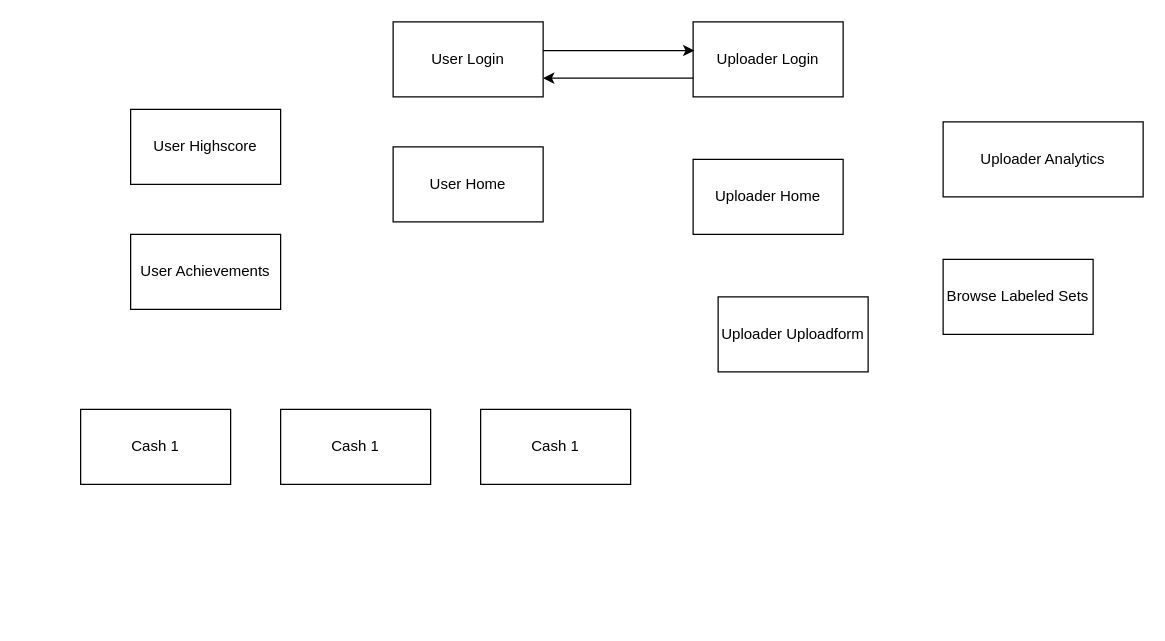
Above: flowchart.drawio in loychris/image-labeler-app (draw.io), before the change. Source tidied: cells renumbered, new cells numbered last; positions are measured from the earlier drawing's top-left corner, leaving out a move shared by most shapes. Both pictures are drawn from the tidied source at 125%, with x=0, y=0 at pixel (80, 21).
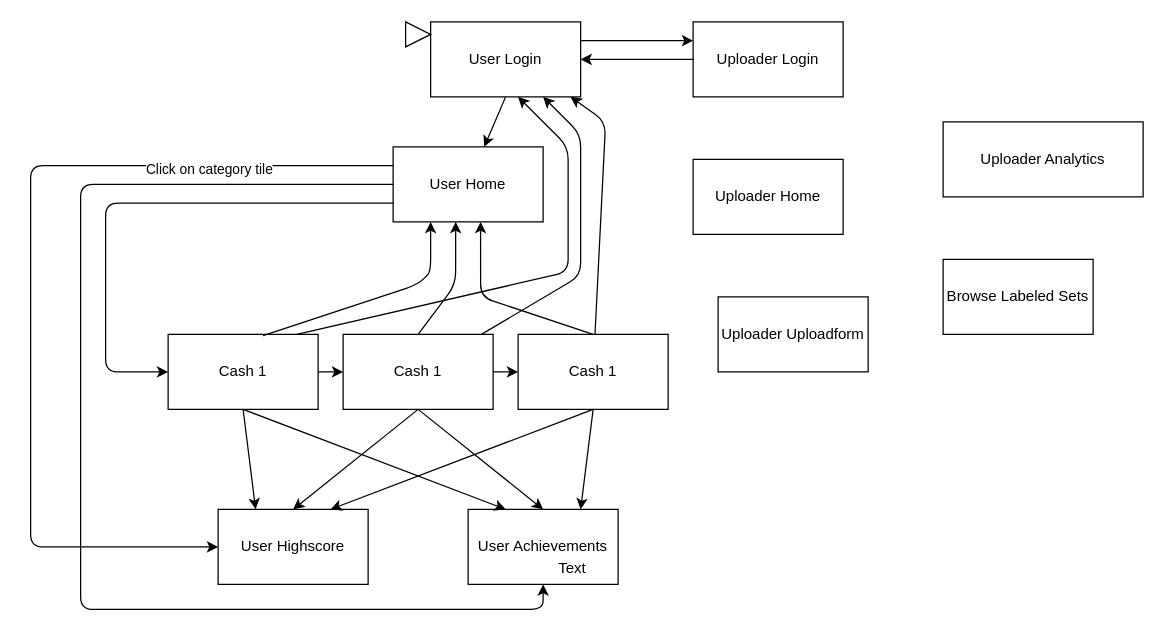
After the change.

Commit message:
Add arrows for user flow

Unchanged cells that the change refers to:
```xml
<mxCell id="2" value="Uploader Login" style="rounded=0;whiteSpace=wrap;html=1;" parent="1" vertex="1">
  <mxGeometry x="490" width="120" height="60" as="geometry" />
</mxCell>
<mxCell id="3" value="User Home" style="rounded=0;whiteSpace=wrap;html=1;" parent="1" vertex="1">
  <mxGeometry x="250" y="100" width="120" height="60" as="geometry" />
</mxCell>
```

The edit, as a diff of the source:
```diff
@@
     <mxCell id="5" value="User Login" style="rounded=0;whiteSpace=wrap;html=1;" parent="1" vertex="1">
-      <mxGeometry x="250" width="120" height="60" as="geometry" />
+      <mxGeometry x="280" width="120" height="60" as="geometry" />
     </mxCell>
@@
     <mxCell id="9" value="User Achievements" style="rounded=0;whiteSpace=wrap;html=1;" parent="1" vertex="1">
-      <mxGeometry x="40" y="170" width="120" height="60" as="geometry" />
+      <mxGeometry x="310" y="390" width="120" height="60" as="geometry" />
     </mxCell>
+    <mxCell id="16" value="Text" style="text;html=1;align=center;verticalAlign=middle;" parent="9" vertex="1">
+      <mxGeometry x="63" y="37" width="40" height="20" as="geometry" />
+    </mxCell>
     <mxCell id="10" value="User Highscore" style="rounded=0;whiteSpace=wrap;html=1;" parent="1" vertex="1">
-      <mxGeometry x="40" y="70" width="120" height="60" as="geometry" />
+      <mxGeometry x="110" y="390" width="120" height="60" as="geometry" />
     </mxCell>
     <mxCell id="11" value="Cash 1" style="rounded=0;whiteSpace=wrap;html=1;" parent="1" vertex="1">
-      <mxGeometry y="310" width="120" height="60" as="geometry" />
+      <mxGeometry x="70" y="250" width="120" height="60" as="geometry" />
     </mxCell>
     <mxCell id="12" value="Cash 1" style="rounded=0;whiteSpace=wrap;html=1;" parent="1" vertex="1">
-      <mxGeometry x="160" y="310" width="120" height="60" as="geometry" />
+      <mxGeometry x="210" y="250" width="120" height="60" as="geometry" />
     </mxCell>
     <mxCell id="13" value="Cash 1" style="rounded=0;whiteSpace=wrap;html=1;" parent="1" vertex="1">
-      <mxGeometry x="320" y="310" width="120" height="60" as="geometry" />
+      <mxGeometry x="350" y="250" width="120" height="60" as="geometry" />
     </mxCell>
-    <mxCell id="14" style="endArrow=classic;html=1;entryX=0.008;entryY=0.383;entryDx=0;entryDy=0;entryPerimeter=0;" parent="1" edge="1" target="2">
-      <mxGeometry relative="1" as="geometry">
-        <mxPoint x="370" y="23" as="sourcePoint" />
-      </mxGeometry>
-    </mxCell>
+    <mxCell id="17" style="endArrow=classic;html=1;entryX=0;entryY=0.25;entryDx=0;entryDy=0;exitX=1;exitY=0.25;exitDx=0;exitDy=0;" parent="1" edge="1" source="5" target="2">
+      <mxGeometry relative="1" as="geometry" />
+    </mxCell>
-    <mxCell id="15" style="endArrow=classic;html=1;entryX=1;entryY=0.75;entryDx=0;entryDy=0;exitX=0;exitY=0.75;exitDx=0;exitDy=0;" parent="1" edge="1" source="2" target="5">
+    <mxCell id="15" style="endArrow=classic;html=1;entryX=1;entryY=0.5;entryDx=0;entryDy=0;exitX=0;exitY=0.5;exitDx=0;exitDy=0;" parent="1" edge="1" source="2" target="5">
       <mxGeometry relative="1" as="geometry" />
     </mxCell>
+    <mxCell id="18" style="endArrow=classic;html=1;entryX=0;entryY=0.5;entryDx=0;entryDy=0;exitX=0;exitY=0.25;exitDx=0;exitDy=0;" parent="1" edge="1" source="3" target="10">
+      <mxGeometry relative="1" as="geometry">
+        <Array as="points">
+          <mxPoint x="-40" y="115" />
+          <mxPoint x="-40" y="420" />
+        </Array>
+      </mxGeometry>
+    </mxCell>
+    <mxCell id="19" style="endArrow=classic;html=1;entryX=0.5;entryY=1;entryDx=0;entryDy=0;exitX=0;exitY=0.5;exitDx=0;exitDy=0;" parent="1" edge="1" source="3" target="9">
+      <mxGeometry relative="1" as="geometry">
+        <Array as="points">
+          <mxPoint y="130" />
+          <mxPoint y="470" />
+          <mxPoint x="370" y="470" />
+        </Array>
+      </mxGeometry>
+    </mxCell>
+    <mxCell id="20" style="endArrow=classic;html=1;entryX=0;entryY=0.5;entryDx=0;entryDy=0;exitX=0;exitY=0.75;exitDx=0;exitDy=0;" parent="1" edge="1" source="3" target="11">
+      <mxGeometry relative="1" as="geometry">
+        <Array as="points">
+          <mxPoint x="20" y="145" />
+          <mxPoint x="20" y="280" />
+        </Array>
+      </mxGeometry>
+    </mxCell>
+    <mxCell id="21" value="Click on category tile" style="edgeLabel;html=1;align=center;verticalAlign=middle;" parent="20" vertex="1">
+      <mxGeometry relative="1" as="geometry">
+        <mxPoint x="60.3" y="-27.7" as="offset" />
+      </mxGeometry>
+    </mxCell>
+    <mxCell id="22" style="endArrow=classic;html=1;exitX=1;exitY=0.5;exitDx=0;exitDy=0;entryX=0;entryY=0.5;entryDx=0;entryDy=0;" parent="1" edge="1" source="11" target="12">
+      <mxGeometry relative="1" as="geometry" />
+    </mxCell>
+    <mxCell id="23" style="endArrow=classic;html=1;exitX=1;exitY=0.5;exitDx=0;exitDy=0;entryX=0;entryY=0.5;entryDx=0;entryDy=0;" parent="1" edge="1" source="12" target="13">
+      <mxGeometry relative="1" as="geometry" />
+    </mxCell>
+    <mxCell id="24" style="endArrow=classic;html=1;exitX=0.633;exitY=0.017;exitDx=0;exitDy=0;exitPerimeter=0;entryX=0.25;entryY=1;entryDx=0;entryDy=0;" parent="1" edge="1" source="11" target="3">
+      <mxGeometry relative="1" as="geometry">
+        <Array as="points">
+          <mxPoint x="270" y="210" />
+          <mxPoint x="280" y="200" />
+        </Array>
+      </mxGeometry>
+    </mxCell>
+    <mxCell id="25" style="endArrow=classic;html=1;entryX=0.583;entryY=1;entryDx=0;entryDy=0;entryPerimeter=0;exitX=0.5;exitY=0;exitDx=0;exitDy=0;" parent="1" edge="1" source="13" target="3">
+      <mxGeometry relative="1" as="geometry">
+        <Array as="points">
+          <mxPoint x="320" y="220" />
+        </Array>
+      </mxGeometry>
+    </mxCell>
+    <mxCell id="26" style="endArrow=classic;html=1;exitX=0.5;exitY=0;exitDx=0;exitDy=0;entryX=0.417;entryY=1;entryDx=0;entryDy=0;entryPerimeter=0;" parent="1" edge="1" source="12" target="3">
+      <mxGeometry relative="1" as="geometry">
+        <Array as="points">
+          <mxPoint x="300" y="210" />
+        </Array>
+      </mxGeometry>
+    </mxCell>
+    <mxCell id="27" style="endArrow=classic;html=1;exitX=0.858;exitY=0;exitDx=0;exitDy=0;exitPerimeter=0;entryX=0.583;entryY=1;entryDx=0;entryDy=0;entryPerimeter=0;" parent="1" edge="1" source="11" target="5">
+      <mxGeometry relative="1" as="geometry">
+        <Array as="points">
+          <mxPoint x="390" y="200" />
+          <mxPoint x="390" y="100" />
+        </Array>
+      </mxGeometry>
+    </mxCell>
+    <mxCell id="28" style="endArrow=classic;html=1;entryX=0.75;entryY=1;entryDx=0;entryDy=0;" parent="1" edge="1" source="12" target="5">
+      <mxGeometry relative="1" as="geometry">
+        <Array as="points">
+          <mxPoint x="400" y="203" />
+          <mxPoint x="400" y="90" />
+        </Array>
+      </mxGeometry>
+    </mxCell>
+    <mxCell id="29" style="endArrow=classic;html=1;entryX=0.933;entryY=1;entryDx=0;entryDy=0;entryPerimeter=0;" parent="1" edge="1" source="13" target="5">
+      <mxGeometry relative="1" as="geometry">
+        <Array as="points">
+          <mxPoint x="420" y="80" />
+        </Array>
+      </mxGeometry>
+    </mxCell>
+    <mxCell id="30" style="triangle;whiteSpace=wrap;html=1;" parent="1" vertex="1">
+      <mxGeometry x="260" width="20" height="20" as="geometry" />
+    </mxCell>
+    <mxCell id="31" style="endArrow=classic;html=1;exitX=0.5;exitY=1;exitDx=0;exitDy=0;entryX=0.25;entryY=0;entryDx=0;entryDy=0;" parent="1" edge="1" source="11" target="10">
+      <mxGeometry relative="1" as="geometry" />
+    </mxCell>
+    <mxCell id="32" style="endArrow=classic;html=1;entryX=0.25;entryY=0;entryDx=0;entryDy=0;exitX=0.5;exitY=1;exitDx=0;exitDy=0;" parent="1" edge="1" source="11" target="9">
+      <mxGeometry relative="1" as="geometry" />
+    </mxCell>
+    <mxCell id="33" style="endArrow=classic;html=1;entryX=0.5;entryY=0;entryDx=0;entryDy=0;exitX=0.5;exitY=1;exitDx=0;exitDy=0;" parent="1" edge="1" source="12" target="10">
+      <mxGeometry relative="1" as="geometry" />
+    </mxCell>
+    <mxCell id="34" style="endArrow=classic;html=1;entryX=0.5;entryY=0;entryDx=0;entryDy=0;" parent="1" edge="1" target="9">
+      <mxGeometry relative="1" as="geometry">
+        <mxPoint x="270" y="310" as="sourcePoint" />
+      </mxGeometry>
+    </mxCell>
+    <mxCell id="35" style="endArrow=classic;html=1;exitX=0.5;exitY=1;exitDx=0;exitDy=0;entryX=0.75;entryY=0;entryDx=0;entryDy=0;" parent="1" edge="1" source="13" target="10">
+      <mxGeometry relative="1" as="geometry" />
+    </mxCell>
+    <mxCell id="36" style="endArrow=classic;html=1;exitX=0.5;exitY=1;exitDx=0;exitDy=0;entryX=0.75;entryY=0;entryDx=0;entryDy=0;" parent="1" edge="1" source="13" target="9">
+      <mxGeometry relative="1" as="geometry" />
+    </mxCell>
+    <mxCell id="37" style="endArrow=classic;html=1;exitX=0.5;exitY=1;exitDx=0;exitDy=0;" parent="1" edge="1" source="5" target="3">
+      <mxGeometry relative="1" as="geometry" />
+    </mxCell>
```
